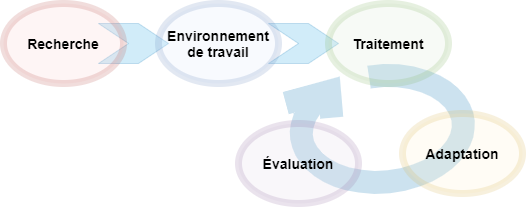
Earlier version of the draw.io export redaction/images/methodologie_complexe.png (vince7lf/gae724). Source tidied: cells renumbered, new cells last; positions are measured from the earlier drawing's top-left corner, leaving out a move shared by most shapes.
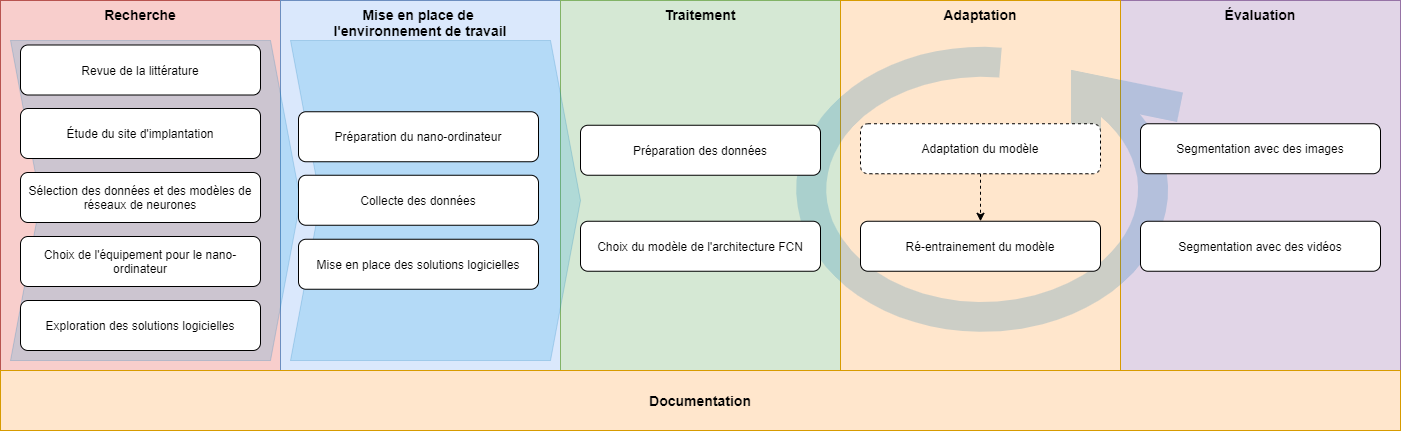
The same file after the commit.

Diff of the diagram source:
```diff
@@ -2,29 +2,77 @@
   <root>
     <mxCell id="0" />
     <mxCell id="1" parent="0" />
-    <mxCell id="2" style="shape=mxgraph.bpmn.loop;html=1;strokeColor=#006EAF;strokeWidth=23;opacity=20;rotation=-185;flipH=1;" parent="1" vertex="1">
-      <mxGeometry x="285" y="70" width="182.6" height="114.8" as="geometry" />
+    <mxCell id="2" value="Recherche" style="rounded=0;whiteSpace=wrap;html=1;verticalAlign=top;fillColor=#f8cecc;strokeColor=#b85450;fontSize=14;labelBackgroundColor=none;labelBorderColor=none;fontStyle=1;" parent="1" vertex="1">
+      <mxGeometry y="640" width="280" height="370" as="geometry" />
     </mxCell>
-    <mxCell id="3" style="html=1;shadow=0;dashed=0;align=center;verticalAlign=middle;shape=mxgraph.arrows2.arrow;dy=0;dx=30;notch=30;fillColor=#1ba1e2;strokeColor=#006EAF;fontColor=#ffffff;opacity=20;fontSize=14;" parent="1" vertex="1">
-      <mxGeometry x="95" y="20" width="70" height="40" as="geometry" />
+    <mxCell id="3" value="&lt;div&gt;Mise en place de &lt;br&gt;&lt;/div&gt;&lt;div&gt;l'environnement de travail&lt;/div&gt;" style="rounded=0;whiteSpace=wrap;html=1;verticalAlign=top;fillColor=#dae8fc;strokeColor=#6c8ebf;fontSize=14;fontStyle=1;" parent="1" vertex="1">
+      <mxGeometry x="280" y="640" width="280" height="370" as="geometry" />
     </mxCell>
-    <mxCell id="4" style="html=1;shadow=0;dashed=0;align=center;verticalAlign=middle;shape=mxgraph.arrows2.arrow;dy=0;dx=30;notch=30;fillColor=#1ba1e2;strokeColor=#006EAF;fontColor=#ffffff;opacity=20;fontSize=14;" parent="1" vertex="1">
-      <mxGeometry x="265" y="20" width="70" height="40" as="geometry" />
+    <mxCell id="4" value="Évaluation" style="rounded=0;whiteSpace=wrap;html=1;verticalAlign=top;fillColor=#e1d5e7;strokeColor=#9673a6;fontSize=14;fontStyle=1;" parent="1" vertex="1">
+      <mxGeometry x="1120" y="640" width="280" height="370" as="geometry" />
     </mxCell>
-    <mxCell id="5" value="Recherche" style="ellipse;whiteSpace=wrap;html=1;strokeColor=#b85450;strokeWidth=7;opacity=20;fillColor=#f8cecc;fontStyle=1;fontSize=14;" parent="1" vertex="1">
-      <mxGeometry width="120" height="80" as="geometry" />
+    <mxCell id="5" value="Traitement" style="rounded=0;whiteSpace=wrap;html=1;verticalAlign=top;fillColor=#d5e8d4;strokeColor=#82b366;fontSize=14;flipH=0;flipV=0;fontStyle=1;" parent="1" vertex="1">
+      <mxGeometry x="560" y="640" width="280" height="370" as="geometry" />
     </mxCell>
-    <mxCell id="6" value="Environnement de travail" style="ellipse;whiteSpace=wrap;html=1;strokeColor=#6c8ebf;strokeWidth=7;opacity=20;fillColor=#dae8fc;fontStyle=1;fontSize=14;" parent="1" vertex="1">
-      <mxGeometry x="155" width="120" height="80" as="geometry" />
+    <mxCell id="6" value="Adaptation" style="rounded=0;whiteSpace=wrap;html=1;verticalAlign=top;fillColor=#ffe6cc;strokeColor=#d79b00;fontSize=14;fontStyle=1;" parent="1" vertex="1">
+      <mxGeometry x="840" y="640" width="280" height="370" as="geometry" />
     </mxCell>
-    <mxCell id="7" value="Traitement" style="ellipse;whiteSpace=wrap;html=1;strokeColor=#82b366;strokeWidth=7;opacity=20;fillColor=#d5e8d4;fontStyle=1;fontSize=14;" parent="1" vertex="1">
-      <mxGeometry x="325" width="120" height="80" as="geometry" />
+    <mxCell id="7" style="shape=mxgraph.bpmn.loop;html=1;opacity=20;strokeWidth=30;perimeterSpacing=0;gradientDirection=north;fillColor=none;strokeColor=#006EAF;fontColor=#ffffff;rotation=-180;shadow=0;fontSize=14;" parent="1" vertex="1">
+      <mxGeometry x="795.2" y="695.2" width="384.3" height="275.6" as="geometry" />
     </mxCell>
-    <mxCell id="8" value="Évaluation" style="ellipse;whiteSpace=wrap;html=1;strokeColor=#9673a6;strokeWidth=7;opacity=20;fillColor=#e1d5e7;fontStyle=1;fontSize=14;" parent="1" vertex="1">
-      <mxGeometry x="235" y="120" width="120" height="80" as="geometry" />
+    <mxCell id="8" style="html=1;shadow=0;dashed=0;align=center;verticalAlign=middle;shape=mxgraph.arrows2.arrow;dy=0;dx=30;notch=30;fillColor=#1ba1e2;strokeColor=#006EAF;fontColor=#ffffff;opacity=20;fontSize=14;" parent="1" vertex="1">
+      <mxGeometry x="290" y="680" width="290" height="320" as="geometry" />
     </mxCell>
-    <mxCell id="9" value="Adaptation" style="ellipse;whiteSpace=wrap;html=1;strokeColor=#d6b656;strokeWidth=7;opacity=20;fillColor=#fff2cc;fontStyle=1;fontSize=14;" parent="1" vertex="1">
-      <mxGeometry x="399" y="110" width="120" height="80" as="geometry" />
+    <mxCell id="9" style="html=1;shadow=0;dashed=0;align=center;verticalAlign=middle;shape=mxgraph.arrows2.arrow;dy=0;dx=30;notch=30;fillColor=#1ba1e2;strokeColor=#006EAF;fontColor=#ffffff;opacity=20;fontSize=14;" parent="1" vertex="1">
+      <mxGeometry x="10" y="680" width="290" height="320" as="geometry" />
     </mxCell>
+    <mxCell id="10" value="Documentation" style="rounded=0;whiteSpace=wrap;html=1;fillColor=#ffe6cc;strokeColor=#d79b00;verticalAlign=middle;fontSize=14;fontStyle=1;" parent="1" vertex="1">
+      <mxGeometry y="1010" width="1400" height="60" as="geometry" />
+    </mxCell>
+    <mxCell id="11" value="Revue de la littérature" style="rounded=1;whiteSpace=wrap;html=1;flipH=1;" parent="1" vertex="1">
+      <mxGeometry x="20" y="684.5" width="240" height="50" as="geometry" />
+    </mxCell>
+    <mxCell id="12" value="Choix de l'équipement pour le nano-ordinateur" style="rounded=1;whiteSpace=wrap;html=1;flipH=1;" parent="1" vertex="1">
+      <mxGeometry x="20" y="876" width="240" height="50" as="geometry" />
+    </mxCell>
+    <mxCell id="13" value="Sélection des données et des modèles de réseaux de neurones" style="rounded=1;whiteSpace=wrap;html=1;flipH=1;" parent="1" vertex="1">
+      <mxGeometry x="20" y="812" width="240" height="50" as="geometry" />
+    </mxCell>
+    <mxCell id="14" value="Préparation du nano-ordinateur" style="rounded=1;whiteSpace=wrap;html=1;" parent="1" vertex="1">
+      <mxGeometry x="298" y="751.2" width="240" height="50" as="geometry" />
+    </mxCell>
+    <mxCell id="15" value="&lt;div&gt;Préparation des données&lt;/div&gt;" style="rounded=1;whiteSpace=wrap;html=1;flipH=0;flipV=0;" parent="1" vertex="1">
+      <mxGeometry x="580" y="764.8" width="240" height="50" as="geometry" />
+    </mxCell>
+    <mxCell id="16" value="Ré-entrainement du modèle" style="rounded=1;whiteSpace=wrap;html=1;flipH=0;flipV=0;" parent="1" vertex="1">
+      <mxGeometry x="860" y="860.8" width="240" height="50" as="geometry" />
+    </mxCell>
+    <mxCell id="17" style="edgeStyle=none;rounded=0;jettySize=auto;html=1;dashed=1;fontColor=#FFFFFF;" parent="1" edge="1" source="18" target="16">
+      <mxGeometry relative="1" as="geometry" />
+    </mxCell>
+    <mxCell id="18" value="&lt;div&gt;Adaptation du modèle&lt;br&gt;&lt;/div&gt;" style="rounded=1;whiteSpace=wrap;html=1;dashed=1;" parent="1" vertex="1">
+      <mxGeometry x="860" y="763.2" width="240" height="50" as="geometry" />
+    </mxCell>
+    <mxCell id="19" value="Étude du site d'implantation" style="rounded=1;whiteSpace=wrap;html=1;flipH=1;" parent="1" vertex="1">
+      <mxGeometry x="20" y="748" width="240" height="50" as="geometry" />
+    </mxCell>
+    <mxCell id="20" value="Exploration des solutions logicielles" style="rounded=1;whiteSpace=wrap;html=1;flipH=1;" parent="1" vertex="1">
+      <mxGeometry x="20" y="940" width="240" height="50" as="geometry" />
+    </mxCell>
+    <mxCell id="21" value="Collecte des données" style="rounded=1;whiteSpace=wrap;html=1;" parent="1" vertex="1">
+      <mxGeometry x="298" y="814.8" width="240" height="50" as="geometry" />
+    </mxCell>
+    <mxCell id="22" value="Mise en place des solutions logicielles" style="rounded=1;whiteSpace=wrap;html=1;" parent="1" vertex="1">
+      <mxGeometry x="298" y="878.8" width="240" height="50" as="geometry" />
+    </mxCell>
+    <mxCell id="23" value="&lt;div&gt;Segmentation avec des images&lt;/div&gt;" style="rounded=1;whiteSpace=wrap;html=1;flipH=0;flipV=0;" parent="1" vertex="1">
+      <mxGeometry x="1140" y="763.2" width="240" height="50" as="geometry" />
+    </mxCell>
+    <mxCell id="24" value="Segmentation avec des vidéos" style="rounded=1;whiteSpace=wrap;html=1;flipH=0;flipV=0;" parent="1" vertex="1">
+      <mxGeometry x="1140" y="860.8" width="240" height="50" as="geometry" />
+    </mxCell>
+    <mxCell id="25" value="&lt;div&gt;Choix du modèle de l'architecture FCN&lt;/div&gt;" style="rounded=1;whiteSpace=wrap;html=1;flipH=0;flipV=0;" parent="1" vertex="1">
+      <mxGeometry x="580" y="860.8" width="240" height="50" as="geometry" />
+    </mxCell>
   </root>
 </mxGraphModel>
```
